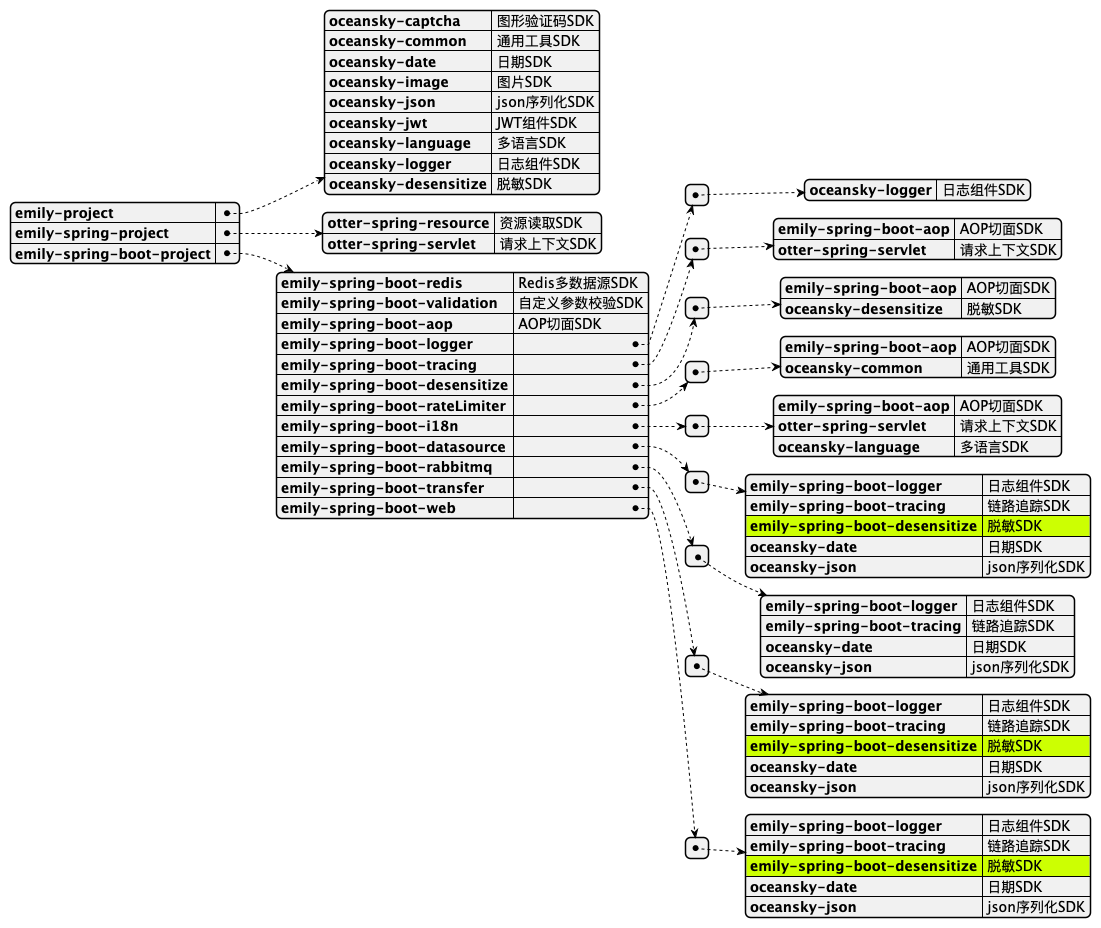
The PlantUML diagram framework.png in mingyang66/spring-parent, before a commit. Source of this version:
```plantuml
@startjson
#highlight "emily-spring-boot-project" / "emily-spring-boot-datasource" / "0" /"emily-spring-boot-desensitize"
#highlight "emily-spring-boot-project" / "emily-spring-boot-transfer" / "0" /"emily-spring-boot-desensitize"
#highlight "emily-spring-boot-project" / "emily-spring-boot-web" / "0" /"emily-spring-boot-desensitize"
{
"emily-project":
  {
  "oceansky-captcha": "图形验证码SDK",
  "oceansky-common": "通用工具SDK",
  "oceansky-date": "日期SDK",
  "oceansky-image": "图片SDK",
  "oceansky-json": "json序列化SDK",
  "oceansky-jwt": "JWT组件SDK",
  "oceansky-language": "多语言SDK",
  "oceansky-logger":"日志组件SDK",
  "oceansky-desensitize":"脱敏SDK"
  },
"emily-spring-project":
 {
 "otter-spring-resource": "资源读取SDK",
 "otter-spring-servlet":"请求上下文SDK"
 },
"emily-spring-boot-project":
  {
  "emily-spring-boot-redis": "Redis多数据源SDK",
  "emily-spring-boot-validation": "自定义参数校验SDK",
  "emily-spring-boot-aop": "AOP切面SDK",
  "emily-spring-boot-logger": [{
        "oceansky-logger":"日志组件SDK"
  }],
  "emily-spring-boot-tracing": [{
        "emily-spring-boot-aop":"AOP切面SDK",
        "otter-spring-servlet":"请求上下文SDK"
  }],
  "emily-spring-boot-desensitize": [{
        "emily-spring-boot-aop":"AOP切面SDK",
        "oceansky-desensitize":"脱敏SDK"
  }],
  "emily-spring-boot-rateLimiter": [{
        "emily-spring-boot-aop":"AOP切面SDK",
        "oceansky-common":"通用工具SDK"
  }],
  "emily-spring-boot-i18n": [{
        "emily-spring-boot-aop":"AOP切面SDK",
        "otter-spring-servlet":"请求上下文SDK",
        "oceansky-language":"多语言SDK"
  }],
  "emily-spring-boot-datasource": [{
        "emily-spring-boot-logger":"日志组件SDK",
        "emily-spring-boot-tracing":"链路追踪SDK",
        "emily-spring-boot-desensitize":"脱敏SDK",
        "oceansky-date":"日期SDK",
        "oceansky-json":"json序列化SDK"
  }],
  "emily-spring-boot-rabbitmq": [{
        "emily-spring-boot-logger":"日志组件SDK",
        "emily-spring-boot-tracing":"链路追踪SDK",
        "oceansky-date":"日期SDK",
        "oceansky-json":"json序列化SDK"
  }],
  "emily-spring-boot-transfer": [{
          "emily-spring-boot-logger":"日志组件SDK",
          "emily-spring-boot-tracing":"链路追踪SDK",
          "emily-spring-boot-desensitize":"脱敏SDK",
          "oceansky-date":"日期SDK",
          "oceansky-json":"json序列化SDK"
  }],
  "emily-spring-boot-web": [{
           "emily-spring-boot-logger":"日志组件SDK",
           "emily-spring-boot-tracing":"链路追踪SDK",
           "emily-spring-boot-desensitize":"脱敏SDK",
           "oceansky-date":"日期SDK",
           "oceansky-json":"json序列化SDK"
  }]
  }
}
@endjson
```
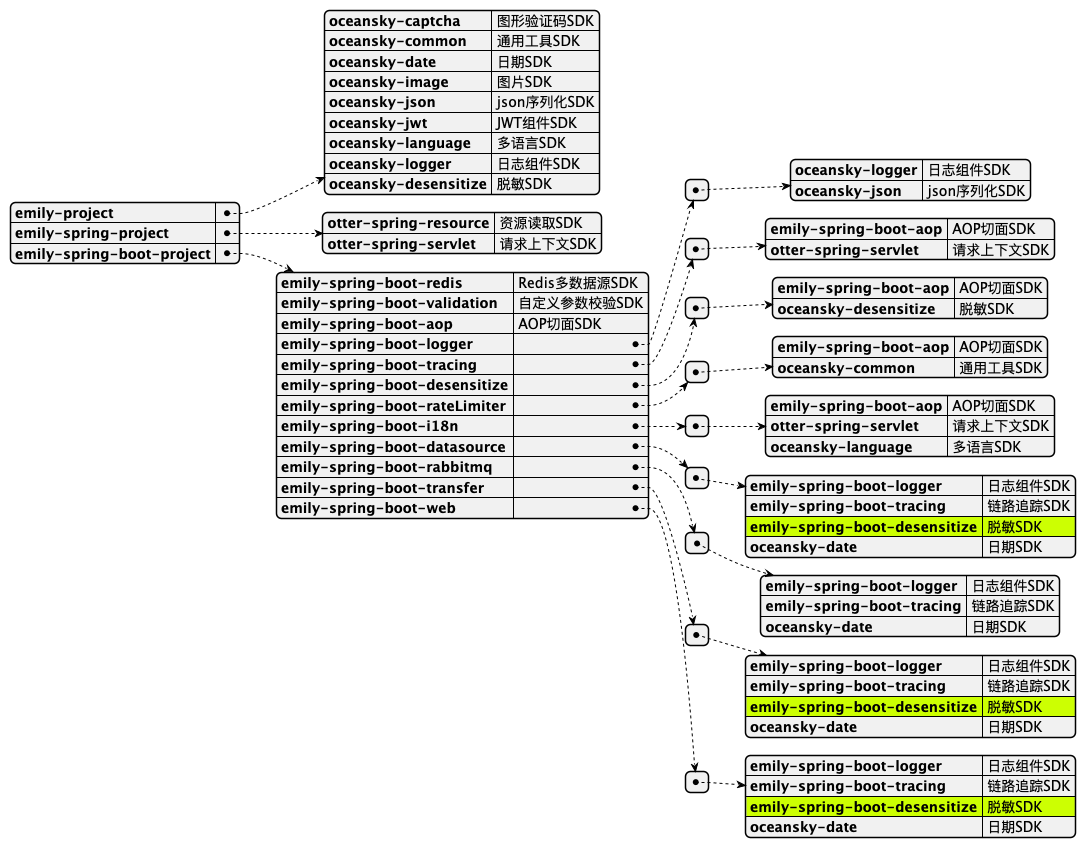
After the change.

Change to the diagram source:
```diff
@@ -26,7 +26,8 @@
   "emily-spring-boot-validation": "自定义参数校验SDK",
   "emily-spring-boot-aop": "AOP切面SDK",
   "emily-spring-boot-logger": [{
-        "oceansky-logger":"日志组件SDK"
+        "oceansky-logger":"日志组件SDK",
+        "oceansky-json":"json序列化SDK"
   }],
   "emily-spring-boot-tracing": [{
         "emily-spring-boot-aop":"AOP切面SDK",
@@ -49,28 +50,24 @@
         "emily-spring-boot-logger":"日志组件SDK",
         "emily-spring-boot-tracing":"链路追踪SDK",
         "emily-spring-boot-desensitize":"脱敏SDK",
-        "oceansky-date":"日期SDK",
-        "oceansky-json":"json序列化SDK"
+        "oceansky-date":"日期SDK"
   }],
   "emily-spring-boot-rabbitmq": [{
         "emily-spring-boot-logger":"日志组件SDK",
         "emily-spring-boot-tracing":"链路追踪SDK",
-        "oceansky-date":"日期SDK",
-        "oceansky-json":"json序列化SDK"
+        "oceansky-date":"日期SDK"
   }],
   "emily-spring-boot-transfer": [{
           "emily-spring-boot-logger":"日志组件SDK",
           "emily-spring-boot-tracing":"链路追踪SDK",
           "emily-spring-boot-desensitize":"脱敏SDK",
-          "oceansky-date":"日期SDK",
-          "oceansky-json":"json序列化SDK"
+          "oceansky-date":"日期SDK"
   }],
   "emily-spring-boot-web": [{
            "emily-spring-boot-logger":"日志组件SDK",
            "emily-spring-boot-tracing":"链路追踪SDK",
            "emily-spring-boot-desensitize":"脱敏SDK",
-           "oceansky-date":"日期SDK",
-           "oceansky-json":"json序列化SDK"
+           "oceansky-date":"日期SDK"
   }]
   }
 }
```
